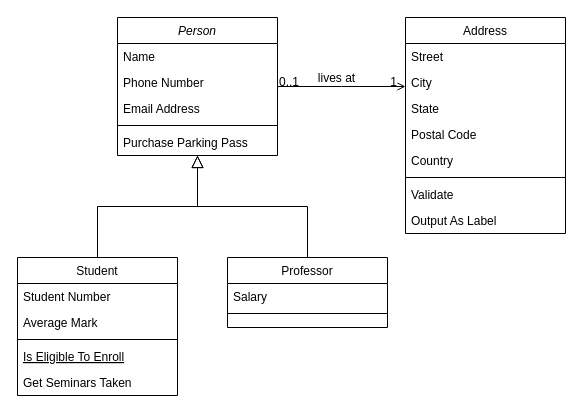
Above: 未命名绘图.drawio in guojunping/UE4-RTS (draw.io), before the change. Source tidied: cells renumbered, new cells numbered last; positions are measured from the earlier drawing's top-left corner, leaving out a move shared by most shapes. Both pictures are drawn from the tidied source at 100%, with x=0, y=0 at pixel (17, 17).
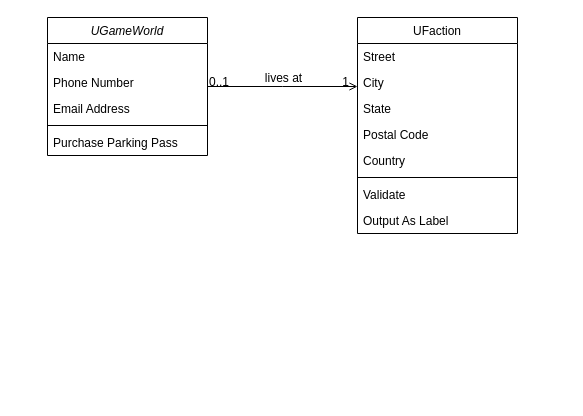
The same diagram, later.

What changed in the source:
```diff
@@
-    <mxCell id="2" value="Person" style="swimlane;fontStyle=2;align=center;verticalAlign=top;horizontal=1;startSize=26;rounded=0;shadow=0;strokeWidth=1;" parent="1" vertex="1">
-      <mxGeometry x="100" width="160" height="138" as="geometry" />
+    <mxCell id="2" value="UGameWorld" style="swimlane;fontStyle=2;align=center;verticalAlign=top;horizontal=1;startSize=26;rounded=0;shadow=0;strokeWidth=1;" parent="1" vertex="1">
+      <mxGeometry x="30" width="160" height="138" as="geometry" />
     </mxCell>
@@
-    <mxCell id="8" value="Student" style="swimlane;fontStyle=0;align=center;verticalAlign=top;horizontal=1;startSize=26;rounded=0;shadow=0;strokeWidth=1;" parent="1" vertex="1">
-      <mxGeometry y="240" width="160" height="138" as="geometry" />
-    </mxCell>
-    <mxCell id="9" value="Student Number" style="text;align=left;verticalAlign=top;spacingLeft=4;spacingRight=4;overflow=hidden;" parent="8" vertex="1">
-      <mxGeometry y="26" width="160" height="26" as="geometry" />
-    </mxCell>
-    <mxCell id="10" value="Average Mark" style="text;align=left;verticalAlign=top;spacingLeft=4;spacingRight=4;overflow=hidden;rounded=0;shadow=0;html=0;" parent="8" vertex="1">
-      <mxGeometry y="52" width="160" height="26" as="geometry" />
-    </mxCell>
-    <mxCell id="11" style="line;html=1;strokeWidth=1;align=left;verticalAlign=middle;spacingTop=-1;spacingLeft=3;spacingRight=3;labelPosition=right;" parent="8" vertex="1">
-      <mxGeometry y="78" width="160" height="8" as="geometry" />
-    </mxCell>
-    <mxCell id="12" value="Is Eligible To Enroll" style="text;align=left;verticalAlign=top;spacingLeft=4;spacingRight=4;overflow=hidden;fontStyle=4;" parent="8" vertex="1">
-      <mxGeometry y="86" width="160" height="26" as="geometry" />
-    </mxCell>
-    <mxCell id="13" value="Get Seminars Taken" style="text;align=left;verticalAlign=top;spacingLeft=4;spacingRight=4;overflow=hidden;" parent="8" vertex="1">
-      <mxGeometry y="112" width="160" height="26" as="geometry" />
-    </mxCell>
-    <mxCell id="14" style="endArrow=block;endSize=10;endFill=0;shadow=0;strokeWidth=1;rounded=0;edgeStyle=elbowEdgeStyle;elbow=vertical;" parent="1" edge="1" source="8" target="2">
-      <mxGeometry relative="1" as="geometry" />
-    </mxCell>
-    <mxCell id="15" value="Professor" style="swimlane;fontStyle=0;align=center;verticalAlign=top;horizontal=1;startSize=26;rounded=0;shadow=0;strokeWidth=1;" parent="1" vertex="1">
-      <mxGeometry x="210" y="240" width="160" height="70" as="geometry" />
-    </mxCell>
-    <mxCell id="16" value="Salary" style="text;align=left;verticalAlign=top;spacingLeft=4;spacingRight=4;overflow=hidden;" parent="15" vertex="1">
-      <mxGeometry y="26" width="160" height="26" as="geometry" />
-    </mxCell>
-    <mxCell id="17" style="line;html=1;strokeWidth=1;align=left;verticalAlign=middle;spacingTop=-1;spacingLeft=3;spacingRight=3;labelPosition=right;" parent="15" vertex="1">
-      <mxGeometry y="52" width="160" height="8" as="geometry" />
-    </mxCell>
-    <mxCell id="18" style="endArrow=block;endSize=10;endFill=0;shadow=0;strokeWidth=1;rounded=0;edgeStyle=elbowEdgeStyle;elbow=vertical;" parent="1" edge="1" source="15" target="2">
-      <mxGeometry relative="1" as="geometry" />
-    </mxCell>
-    <mxCell id="19" value="Address" style="swimlane;fontStyle=0;align=center;verticalAlign=top;horizontal=1;startSize=26;rounded=0;shadow=0;strokeWidth=1;" parent="1" vertex="1">
-      <mxGeometry x="388" width="160" height="216" as="geometry" />
+    <mxCell id="19" value="UFaction" style="swimlane;fontStyle=0;align=center;verticalAlign=top;horizontal=1;startSize=26;rounded=0;shadow=0;strokeWidth=1;" parent="1" vertex="1">
+      <mxGeometry x="340" width="160" height="216" as="geometry" />
     </mxCell>
```
